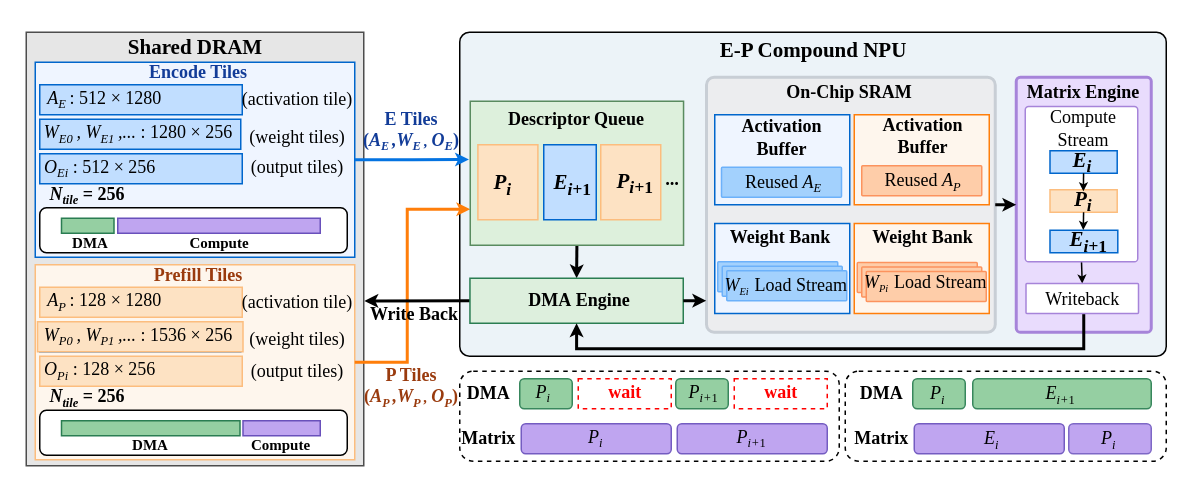
This is figures/decode.drawio from icszhr/hermes, a draw.io file, before an edit. Source tidied: cells renumbered, new cells numbered last; positions are measured from the earlier drawing's top-left corner, leaving out a move shared by most shapes. Both pictures are drawn from the tidied source at 150%, with x=0, y=0 at pixel (26, 26).
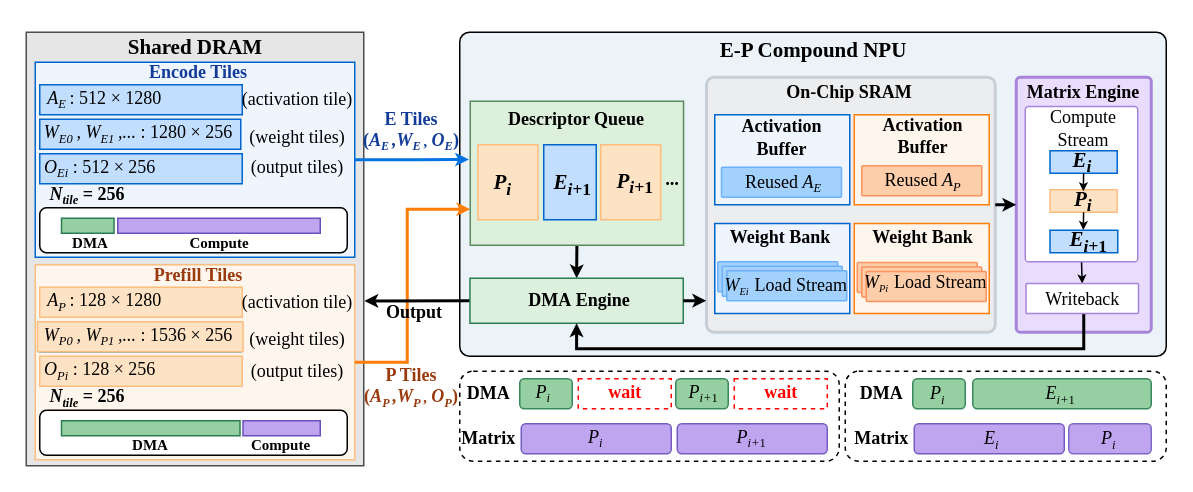
After the change.

What changed in the source:
```diff
@@
-    <mxCell id="122" value="&lt;font color=&quot;#000000&quot; face=&quot;Times New Roman&quot;&gt;Write Back&lt;/font&gt;" style="text;html=1;whiteSpace=wrap;strokeColor=none;fillColor=none;align=center;verticalAlign=middle;rounded=0;fontStyle=1;fontColor=light-dark(#123c98, #56aeff);" parent="1" vertex="1">
-      <mxGeometry x="194" y="182" width="130" height="20" as="geometry" />
+    <mxCell id="122" value="&lt;font color=&quot;#000000&quot; face=&quot;Times New Roman&quot;&gt;Output&lt;/font&gt;" style="text;html=1;whiteSpace=wrap;strokeColor=none;fillColor=none;align=center;verticalAlign=middle;rounded=0;fontStyle=1;fontColor=light-dark(#123c98, #56aeff);" parent="1" vertex="1">
+      <mxGeometry x="194" y="181" width="130" height="20" as="geometry" />
     </mxCell>
```
